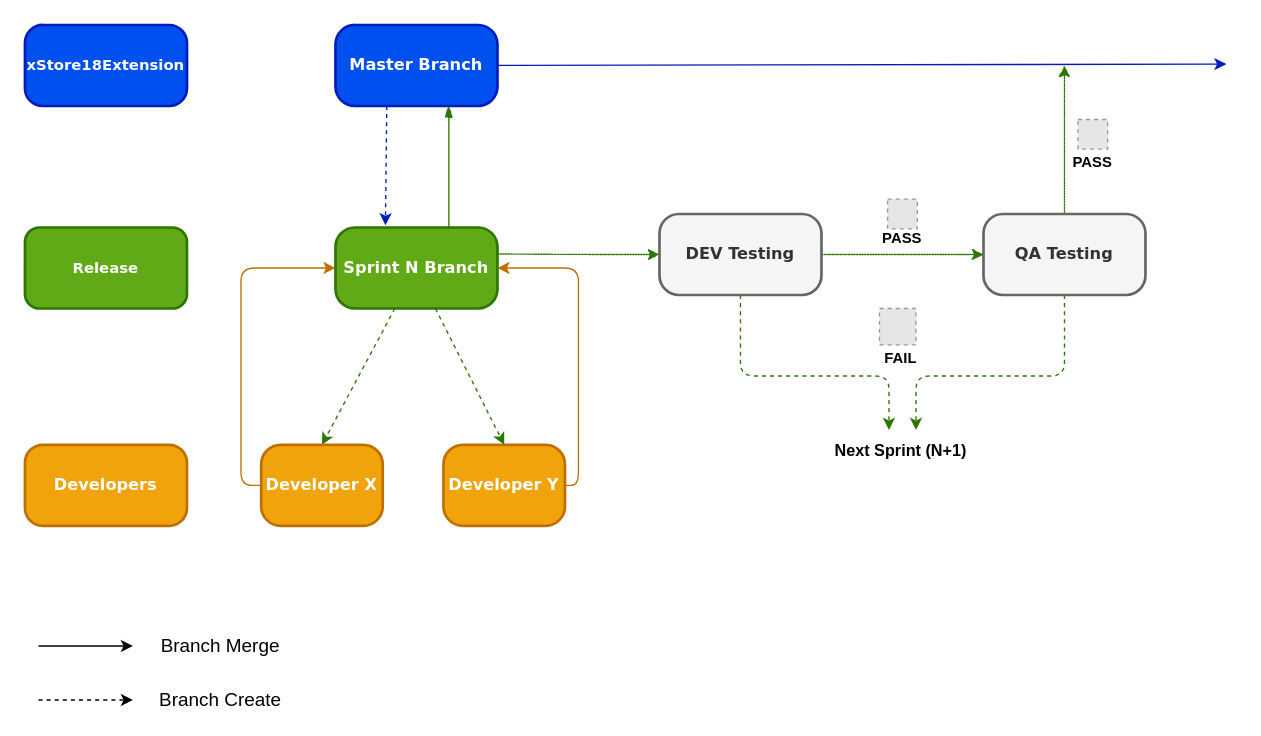
Earlier version of the draw.io diagram Untitled Diagram.drawio (haroonjoblo/fulljs). Source tidied: cells renumbered, new cells numbered last; positions are measured from the earlier drawing's top-left corner, leaving out a move shared by most shapes. Both pictures are drawn from the tidied source at 135%, with x=0, y=0 at pixel (24, 24). Pictures stored in the file or linked from it are replaced by grey dashed boxes.
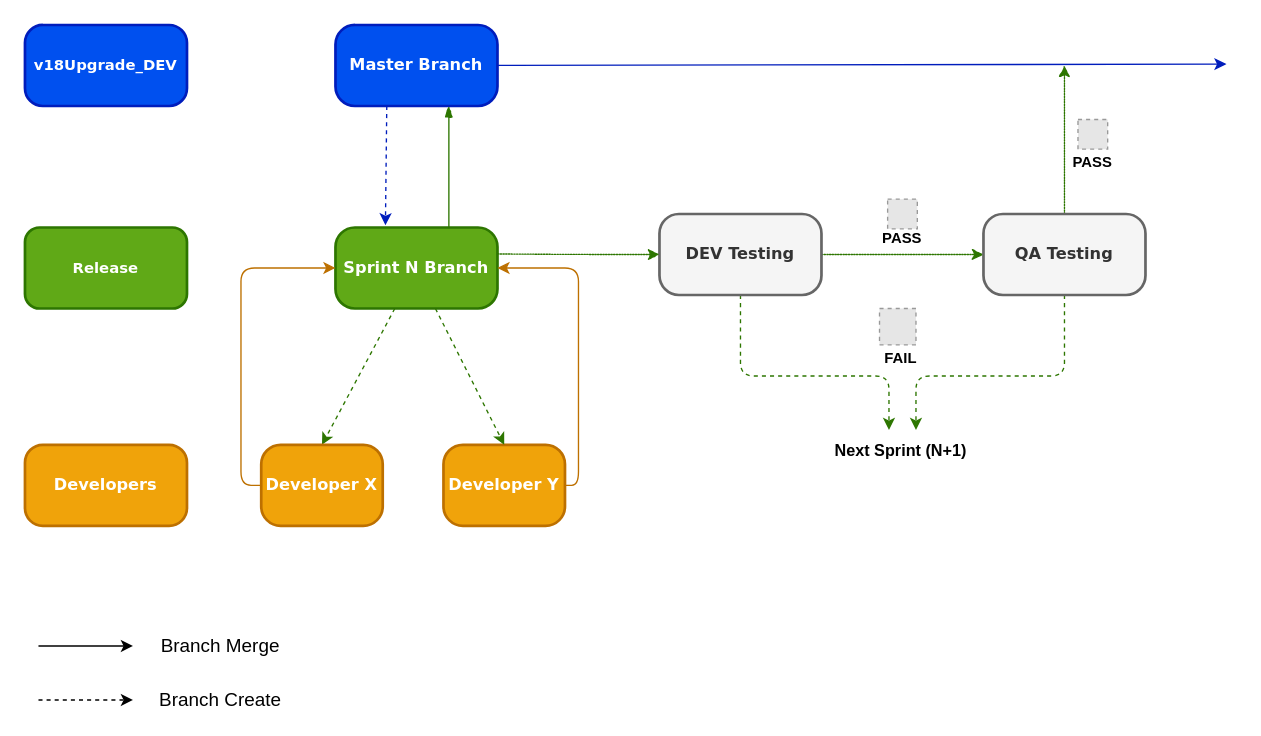
The same page after the edit.

The edit, as a diff of the source:
```diff
@@
-    <mxCell id="23" value="xStore18Extension" style="rounded=1;whiteSpace=wrap;html=1;arcSize=22;fillColor=#0050ef;strokeColor=#001DBC;shadow=0;comic=0;labelBackgroundColor=none;fontFamily=Verdana;fontSize=11;align=center;fontColor=#ffffff;fontStyle=1;strokeWidth=2;" parent="1" vertex="1">
+    <mxCell id="23" value="v18Upgrade_DEV" style="rounded=1;whiteSpace=wrap;html=1;arcSize=22;fillColor=#0050ef;strokeColor=#001DBC;shadow=0;comic=0;labelBackgroundColor=none;fontFamily=Verdana;fontSize=11;align=center;fontColor=#ffffff;fontStyle=1;strokeWidth=2;" parent="1" vertex="1">
       <mxGeometry width="120" height="60" as="geometry" />
     </mxCell>
```
